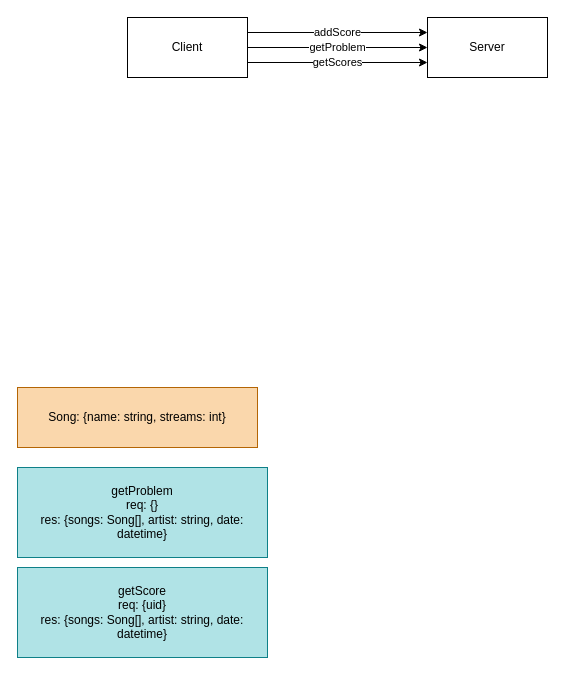
Earlier version of the draw.io diagram backend-design.drawio (jdsmith104/MusicGuesser). Source tidied: cells renumbered, new cells numbered last; positions are measured from the earlier drawing's top-left corner, leaving out a move shared by most shapes. Both pictures are drawn from the tidied source at 100%, with x=0, y=0 at pixel (17, 17).
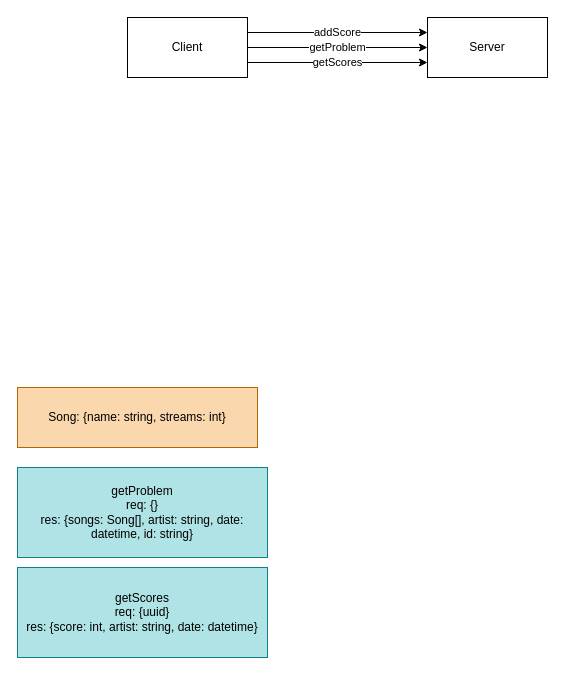
The same page after the edit.

Diff of the diagram source:
```diff
@@
 <mxGraphModel>
   <root>
     <mxCell id="0" />
     <mxCell id="1" parent="0" />
     <mxCell id="2" value="getProblem" style="edgeStyle=orthogonalEdgeStyle;rounded=0;jettySize=auto;html=1;entryX=0;entryY=0.5;entryDx=0;entryDy=0;" parent="1" edge="1" source="5" target="6">
       <mxGeometry relative="1" as="geometry" />
     </mxCell>
     <mxCell id="3" value="addScore" style="edgeStyle=orthogonalEdgeStyle;rounded=0;jettySize=auto;html=1;exitX=1;exitY=0.25;exitDx=0;exitDy=0;entryX=0;entryY=0.25;entryDx=0;entryDy=0;" parent="1" edge="1" source="5" target="6">
       <mxGeometry relative="1" as="geometry" />
     </mxCell>
     <mxCell id="4" value="getScores" style="edgeStyle=orthogonalEdgeStyle;rounded=0;jettySize=auto;html=1;exitX=1;exitY=0.75;exitDx=0;exitDy=0;entryX=0;entryY=0.75;entryDx=0;entryDy=0;" parent="1" edge="1" source="5" target="6">
       <mxGeometry relative="1" as="geometry" />
     </mxCell>
     <mxCell id="5" value="Client" style="rounded=0;whiteSpace=wrap;html=1;" parent="1" vertex="1">
       <mxGeometry x="110" width="120" height="60" as="geometry" />
     </mxCell>
     <mxCell id="6" value="Server" style="rounded=0;whiteSpace=wrap;html=1;" parent="1" vertex="1">
       <mxGeometry x="410" width="120" height="60" as="geometry" />
     </mxCell>
-    <mxCell id="7" value="getProblem&lt;div&gt;req: {}&lt;/div&gt;&lt;div&gt;res: {songs: Song[], artist: string, date: datetime}&lt;/div&gt;" style="rounded=0;whiteSpace=wrap;html=1;fillColor=#b0e3e6;strokeColor=#0e8088;" parent="1" vertex="1">
+    <mxCell id="7" value="getProblem&lt;div&gt;req: {}&lt;/div&gt;&lt;div&gt;res: {songs: Song[], artist: string, date: datetime, id: string}&lt;/div&gt;" style="rounded=0;whiteSpace=wrap;html=1;fillColor=#b0e3e6;strokeColor=#0e8088;" parent="1" vertex="1">
       <mxGeometry y="450" width="250" height="90" as="geometry" />
     </mxCell>
     <mxCell id="8" value="Song: {name: string, streams: int}" style="rounded=0;whiteSpace=wrap;html=1;fillColor=#fad7ac;strokeColor=#b46504;" parent="1" vertex="1">
       <mxGeometry y="370" width="240" height="60" as="geometry" />
     </mxCell>
-    <mxCell id="9" value="getScore&lt;div&gt;req: {uid}&lt;/div&gt;&lt;div&gt;res: {songs: Song[], artist: string, date: datetime}&lt;/div&gt;" style="rounded=0;whiteSpace=wrap;html=1;fillColor=#b0e3e6;strokeColor=#0e8088;" parent="1" vertex="1">
+    <mxCell id="9" value="getScores&lt;div&gt;req: {uuid}&lt;/div&gt;&lt;div&gt;res: {score: int, artist: string, date: datetime}&lt;/div&gt;" style="rounded=0;whiteSpace=wrap;html=1;fillColor=#b0e3e6;strokeColor=#0e8088;" parent="1" vertex="1">
       <mxGeometry y="550" width="250" height="90" as="geometry" />
     </mxCell>
   </root>
 </mxGraphModel>
```
